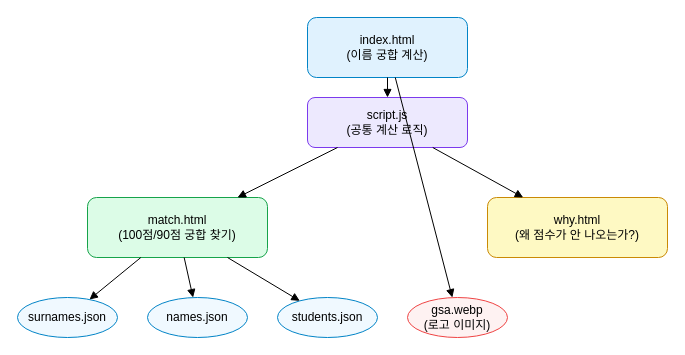
Above: 제목 없는 다이어그램.drawio in yoojin-holics/lovename (draw.io), before the change. Source tidied: cells renumbered, new cells numbered last; positions are measured from the earlier drawing's top-left corner, leaving out a move shared by most shapes. Both pictures are drawn from the tidied source at 100%, with x=0, y=0 at pixel (17, 17).
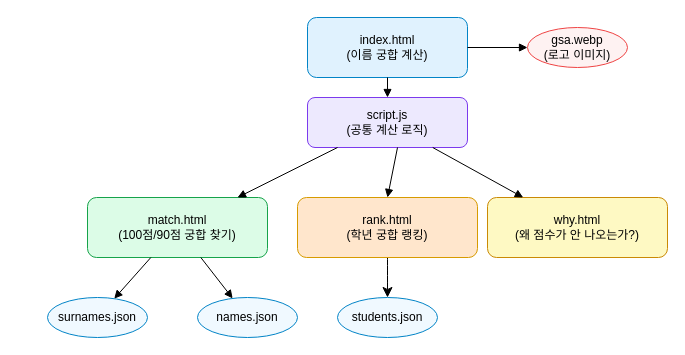
The same page after the edit.

Commit message:
제목 없는 다이어그램.drawio 업데이트

The change refers to these unchanged cells:
```xml
<mxCell id="4" value="match.html&#10;(100점/90점 궁합 찾기)" style="rounded=1;whiteSpace=wrap;html=1;fillColor=#dcfce7;strokeColor=#16a34a;" parent="1" vertex="1">
  <mxGeometry x="70" y="180" width="180" height="60" as="geometry" />
</mxCell>
```

Diff of the diagram source:
```diff
@@
     <mxCell id="6" value="surnames.json" style="ellipse;whiteSpace=wrap;html=1;fillColor=#f0f9ff;strokeColor=#0284c7;" parent="1" vertex="1">
-      <mxGeometry y="280" width="100" height="40" as="geometry" />
+      <mxGeometry x="30" y="280" width="100" height="40" as="geometry" />
     </mxCell>
     <mxCell id="7" value="names.json" style="ellipse;whiteSpace=wrap;html=1;fillColor=#f0f9ff;strokeColor=#0284c7;" parent="1" vertex="1">
-      <mxGeometry x="130" y="280" width="100" height="40" as="geometry" />
+      <mxGeometry x="180" y="280" width="100" height="40" as="geometry" />
     </mxCell>
     <mxCell id="8" value="students.json" style="ellipse;whiteSpace=wrap;html=1;fillColor=#f0f9ff;strokeColor=#0284c7;" parent="1" vertex="1">
-      <mxGeometry x="260" y="280" width="100" height="40" as="geometry" />
+      <mxGeometry x="320" y="280" width="100" height="40" as="geometry" />
     </mxCell>
     <mxCell id="9" value="gsa.webp&#10;(로고 이미지)" style="ellipse;whiteSpace=wrap;html=1;fillColor=#fef2f2;strokeColor=#ef4444;" parent="1" vertex="1">
-      <mxGeometry x="390" y="280" width="100" height="40" as="geometry" />
+      <mxGeometry x="510" y="10" width="100" height="40" as="geometry" />
     </mxCell>
@@
-    <mxCell id="15" style="endArrow=block;html=1;" parent="1" edge="1" source="4" target="8">
-      <mxGeometry relative="1" as="geometry" />
-    </mxCell>
@@
+    <mxCell id="17" style="edgeStyle=none;curved=1;rounded=0;jettySize=auto;html=1;fontSize=12;startSize=8;endSize=8;exitX=0.5;exitY=1;exitDx=0;exitDy=0;" parent="1" edge="1" source="18">
+      <mxGeometry relative="1" as="geometry">
+        <mxPoint x="370" y="280" as="targetPoint" />
+      </mxGeometry>
+    </mxCell>
+    <mxCell id="18" value="rank.html&lt;div&gt;(학년 궁합 랭킹)&lt;/div&gt;" style="rounded=1;whiteSpace=wrap;html=1;fillColor=#ffe6cc;strokeColor=#d79b00;" parent="1" vertex="1">
+      <mxGeometry x="280" y="180" width="180" height="60" as="geometry" />
+    </mxCell>
+    <mxCell id="19" style="endArrow=block;html=1;entryX=0.5;entryY=0;entryDx=0;entryDy=0;" parent="1" edge="1" target="18">
+      <mxGeometry relative="1" as="geometry">
+        <mxPoint x="380" y="130" as="sourcePoint" />
+      </mxGeometry>
+    </mxCell>
```
